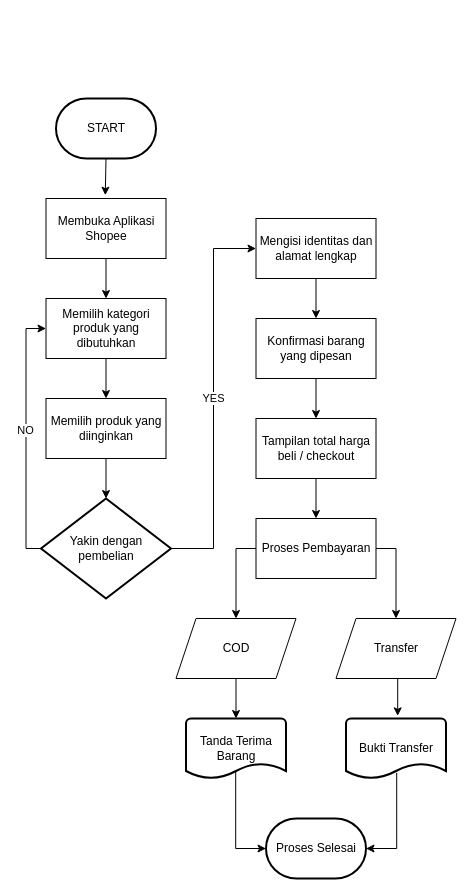
Above: flowchart.drawio in AngelicaChristina/Angelica_Christina-Pembelian_Barang_Shopee (draw.io), before the change. Source tidied: cells renumbered, new cells numbered last; positions are measured from the earlier drawing's top-left corner, leaving out a move shared by most shapes. Both pictures are drawn from the tidied source at 100%, with x=0, y=0 at pixel (25, 98).
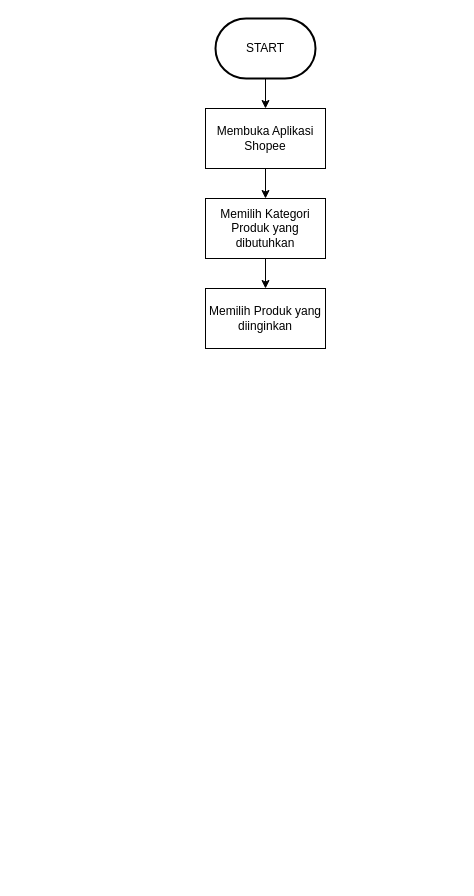
The same diagram, later.

Commit message:
Pembuatan Variabel Barang

The edit, as a diff of the source:
```diff
@@
-    <mxCell id="2" style="edgeStyle=orthogonalEdgeStyle;rounded=0;jettySize=auto;html=1;exitX=0.5;exitY=1;exitDx=0;exitDy=0;exitPerimeter=0;entryX=0.494;entryY=-0.055;entryDx=0;entryDy=0;entryPerimeter=0;" parent="1" edge="1" source="3" target="5">
+    <mxCell id="2" style="edgeStyle=none;html=1;exitX=0.5;exitY=1;exitDx=0;exitDy=0;exitPerimeter=0;" parent="1" edge="1" source="3" target="5">
       <mxGeometry relative="1" as="geometry" />
     </mxCell>
     <mxCell id="3" value="START" style="strokeWidth=2;html=1;shape=mxgraph.flowchart.terminator;whiteSpace=wrap;" parent="1" vertex="1">
-      <mxGeometry x="30.5" width="100" height="60" as="geometry" />
+      <mxGeometry x="190" y="-80" width="100" height="60" as="geometry" />
     </mxCell>
-    <mxCell id="4" style="edgeStyle=orthogonalEdgeStyle;rounded=0;jettySize=auto;html=1;exitX=0.5;exitY=1;exitDx=0;exitDy=0;entryX=0.5;entryY=0;entryDx=0;entryDy=0;" parent="1" edge="1" source="5" target="7">
-      <mxGeometry relative="1" as="geometry" />
-    </mxCell>
+    <mxCell id="32" style="edgeStyle=none;html=1;exitX=0.5;exitY=1;exitDx=0;exitDy=0;entryX=0.5;entryY=0;entryDx=0;entryDy=0;" parent="1" edge="1" source="5" target="34">
+      <mxGeometry relative="1" as="geometry" />
+    </mxCell>
     <mxCell id="5" value="Membuka Aplikasi Shopee" style="rounded=0;whiteSpace=wrap;html=1;" parent="1" vertex="1">
-      <mxGeometry x="20.5" y="100" width="120" height="60" as="geometry" />
+      <mxGeometry x="180" y="10" width="120" height="60" as="geometry" />
     </mxCell>
-    <mxCell id="6" style="edgeStyle=orthogonalEdgeStyle;rounded=0;jettySize=auto;html=1;" parent="1" edge="1" source="7" target="9">
-      <mxGeometry relative="1" as="geometry" />
-    </mxCell>
-    <mxCell id="7" value="Memilih kategori produk yang dibutuhkan" style="rounded=0;whiteSpace=wrap;html=1;" parent="1" vertex="1">
-      <mxGeometry x="20.5" y="200" width="120" height="60" as="geometry" />
-    </mxCell>
-    <mxCell id="8" style="edgeStyle=orthogonalEdgeStyle;rounded=0;jettySize=auto;html=1;exitX=0.5;exitY=1;exitDx=0;exitDy=0;" parent="1" edge="1" source="9" target="13">
-      <mxGeometry relative="1" as="geometry" />
-    </mxCell>
-    <mxCell id="9" value="Memilih produk yang diinginkan" style="rounded=0;whiteSpace=wrap;html=1;" parent="1" vertex="1">
-      <mxGeometry x="20.5" y="300" width="120" height="60" as="geometry" />
-    </mxCell>
-    <mxCell id="10" style="edgeStyle=orthogonalEdgeStyle;rounded=0;jettySize=auto;html=1;entryX=0;entryY=0.5;entryDx=0;entryDy=0;" parent="1" edge="1" source="13" target="7">
-      <mxGeometry relative="1" as="geometry">
-        <Array as="points">
-          <mxPoint x="0.5" y="450" />
-          <mxPoint x="0.5" y="230" />
-        </Array>
-      </mxGeometry>
-    </mxCell>
-    <mxCell id="11" value="NO" style="edgeLabel;html=1;align=center;verticalAlign=middle;" parent="10" vertex="1">
-      <mxGeometry x="0.05" y="1" relative="1" as="geometry" />
-    </mxCell>
-    <mxCell id="12" value="YES" style="edgeStyle=orthogonalEdgeStyle;rounded=0;jettySize=auto;html=1;exitX=1;exitY=0.5;exitDx=0;exitDy=0;exitPerimeter=0;entryX=0;entryY=0.5;entryDx=0;entryDy=0;" parent="1" edge="1" source="13" target="15">
-      <mxGeometry relative="1" as="geometry" />
-    </mxCell>
-    <mxCell id="13" value="Yakin dengan pembelian" style="strokeWidth=2;html=1;shape=mxgraph.flowchart.decision;whiteSpace=wrap;" parent="1" vertex="1">
-      <mxGeometry x="15.5" y="400" width="130" height="100" as="geometry" />
-    </mxCell>
-    <mxCell id="14" style="edgeStyle=orthogonalEdgeStyle;rounded=0;jettySize=auto;html=1;entryX=0.5;entryY=0;entryDx=0;entryDy=0;" parent="1" edge="1" source="15" target="17">
-      <mxGeometry relative="1" as="geometry" />
-    </mxCell>
-    <mxCell id="15" value="Mengisi identitas dan alamat lengkap" style="rounded=0;whiteSpace=wrap;html=1;" parent="1" vertex="1">
-      <mxGeometry x="230.5" y="120" width="120" height="60" as="geometry" />
-    </mxCell>
-    <mxCell id="16" style="edgeStyle=orthogonalEdgeStyle;rounded=0;jettySize=auto;html=1;exitX=0.5;exitY=1;exitDx=0;exitDy=0;entryX=0.5;entryY=0;entryDx=0;entryDy=0;" parent="1" edge="1" source="17" target="19">
-      <mxGeometry relative="1" as="geometry" />
-    </mxCell>
-    <mxCell id="17" value="Konfirmasi barang yang dipesan" style="rounded=0;whiteSpace=wrap;html=1;" parent="1" vertex="1">
-      <mxGeometry x="230.5" y="220" width="120" height="60" as="geometry" />
-    </mxCell>
-    <mxCell id="18" style="edgeStyle=orthogonalEdgeStyle;rounded=0;jettySize=auto;html=1;exitX=0.5;exitY=1;exitDx=0;exitDy=0;entryX=0.5;entryY=0;entryDx=0;entryDy=0;" parent="1" edge="1" source="19" target="22">
-      <mxGeometry relative="1" as="geometry" />
-    </mxCell>
-    <mxCell id="19" value="Tampilan total harga beli / checkout" style="rounded=0;whiteSpace=wrap;html=1;" parent="1" vertex="1">
-      <mxGeometry x="230.5" y="320" width="120" height="60" as="geometry" />
-    </mxCell>
-    <mxCell id="20" style="edgeStyle=orthogonalEdgeStyle;rounded=0;jettySize=auto;html=1;entryX=0.5;entryY=0;entryDx=0;entryDy=0;exitX=1;exitY=0.5;exitDx=0;exitDy=0;" parent="1" edge="1" source="22" target="26">
-      <mxGeometry relative="1" as="geometry" />
-    </mxCell>
-    <mxCell id="21" style="edgeStyle=orthogonalEdgeStyle;rounded=0;jettySize=auto;html=1;entryX=0.5;entryY=0;entryDx=0;entryDy=0;exitX=0;exitY=0.5;exitDx=0;exitDy=0;" parent="1" edge="1" source="22" target="24">
-      <mxGeometry relative="1" as="geometry" />
-    </mxCell>
-    <mxCell id="22" value="Proses Pembayaran" style="rounded=0;whiteSpace=wrap;html=1;" parent="1" vertex="1">
-      <mxGeometry x="230.5" y="420" width="120" height="60" as="geometry" />
-    </mxCell>
-    <mxCell id="23" style="edgeStyle=orthogonalEdgeStyle;rounded=0;jettySize=auto;html=1;entryX=0.5;entryY=0;entryDx=0;entryDy=0;entryPerimeter=0;" parent="1" edge="1" source="24" target="28">
-      <mxGeometry relative="1" as="geometry" />
-    </mxCell>
-    <mxCell id="24" value="COD" style="shape=parallelogram;perimeter=parallelogramPerimeter;whiteSpace=wrap;html=1;fixedSize=1;" parent="1" vertex="1">
-      <mxGeometry x="150.5" y="520" width="120" height="60" as="geometry" />
-    </mxCell>
-    <mxCell id="25" style="edgeStyle=orthogonalEdgeStyle;rounded=0;jettySize=auto;html=1;exitX=0.5;exitY=1;exitDx=0;exitDy=0;entryX=0.517;entryY=-0.044;entryDx=0;entryDy=0;entryPerimeter=0;" parent="1" edge="1" source="26" target="30">
-      <mxGeometry relative="1" as="geometry" />
-    </mxCell>
-    <mxCell id="26" value="Transfer" style="shape=parallelogram;perimeter=parallelogramPerimeter;whiteSpace=wrap;html=1;fixedSize=1;" parent="1" vertex="1">
-      <mxGeometry x="310.5" y="520" width="120" height="60" as="geometry" />
-    </mxCell>
-    <mxCell id="27" style="edgeStyle=orthogonalEdgeStyle;rounded=0;jettySize=auto;html=1;entryX=0;entryY=0.5;entryDx=0;entryDy=0;entryPerimeter=0;exitX=0.497;exitY=0.861;exitDx=0;exitDy=0;exitPerimeter=0;" parent="1" edge="1" source="28" target="31">
-      <mxGeometry relative="1" as="geometry" />
-    </mxCell>
-    <mxCell id="28" value="Tanda Terima Barang" style="strokeWidth=2;html=1;shape=mxgraph.flowchart.document2;whiteSpace=wrap;size=0.25;" parent="1" vertex="1">
-      <mxGeometry x="160.5" y="620" width="100" height="60" as="geometry" />
-    </mxCell>
-    <mxCell id="29" style="edgeStyle=orthogonalEdgeStyle;rounded=0;jettySize=auto;html=1;entryX=1;entryY=0.5;entryDx=0;entryDy=0;entryPerimeter=0;exitX=0.507;exitY=0.906;exitDx=0;exitDy=0;exitPerimeter=0;" parent="1" edge="1" source="30" target="31">
-      <mxGeometry relative="1" as="geometry" />
-    </mxCell>
-    <mxCell id="30" value="Bukti Transfer" style="strokeWidth=2;html=1;shape=mxgraph.flowchart.document2;whiteSpace=wrap;size=0.25;" parent="1" vertex="1">
-      <mxGeometry x="320.5" y="620" width="100" height="60" as="geometry" />
-    </mxCell>
-    <mxCell id="31" value="Proses Selesai" style="strokeWidth=2;html=1;shape=mxgraph.flowchart.terminator;whiteSpace=wrap;" parent="1" vertex="1">
-      <mxGeometry x="240.5" y="720" width="100" height="60" as="geometry" />
-    </mxCell>
+    <mxCell id="33" style="edgeStyle=none;html=1;exitX=0.5;exitY=1;exitDx=0;exitDy=0;" parent="1" edge="1" source="34" target="35">
+      <mxGeometry relative="1" as="geometry" />
+    </mxCell>
+    <mxCell id="34" value="Memilih Kategori Produk yang dibutuhkan" style="rounded=0;whiteSpace=wrap;html=1;" parent="1" vertex="1">
+      <mxGeometry x="180" y="100" width="120" height="60" as="geometry" />
+    </mxCell>
+    <mxCell id="35" value="Memilih Produk yang diinginkan" style="rounded=0;whiteSpace=wrap;html=1;" parent="1" vertex="1">
+      <mxGeometry x="180" y="190" width="120" height="60" as="geometry" />
+    </mxCell>
```
